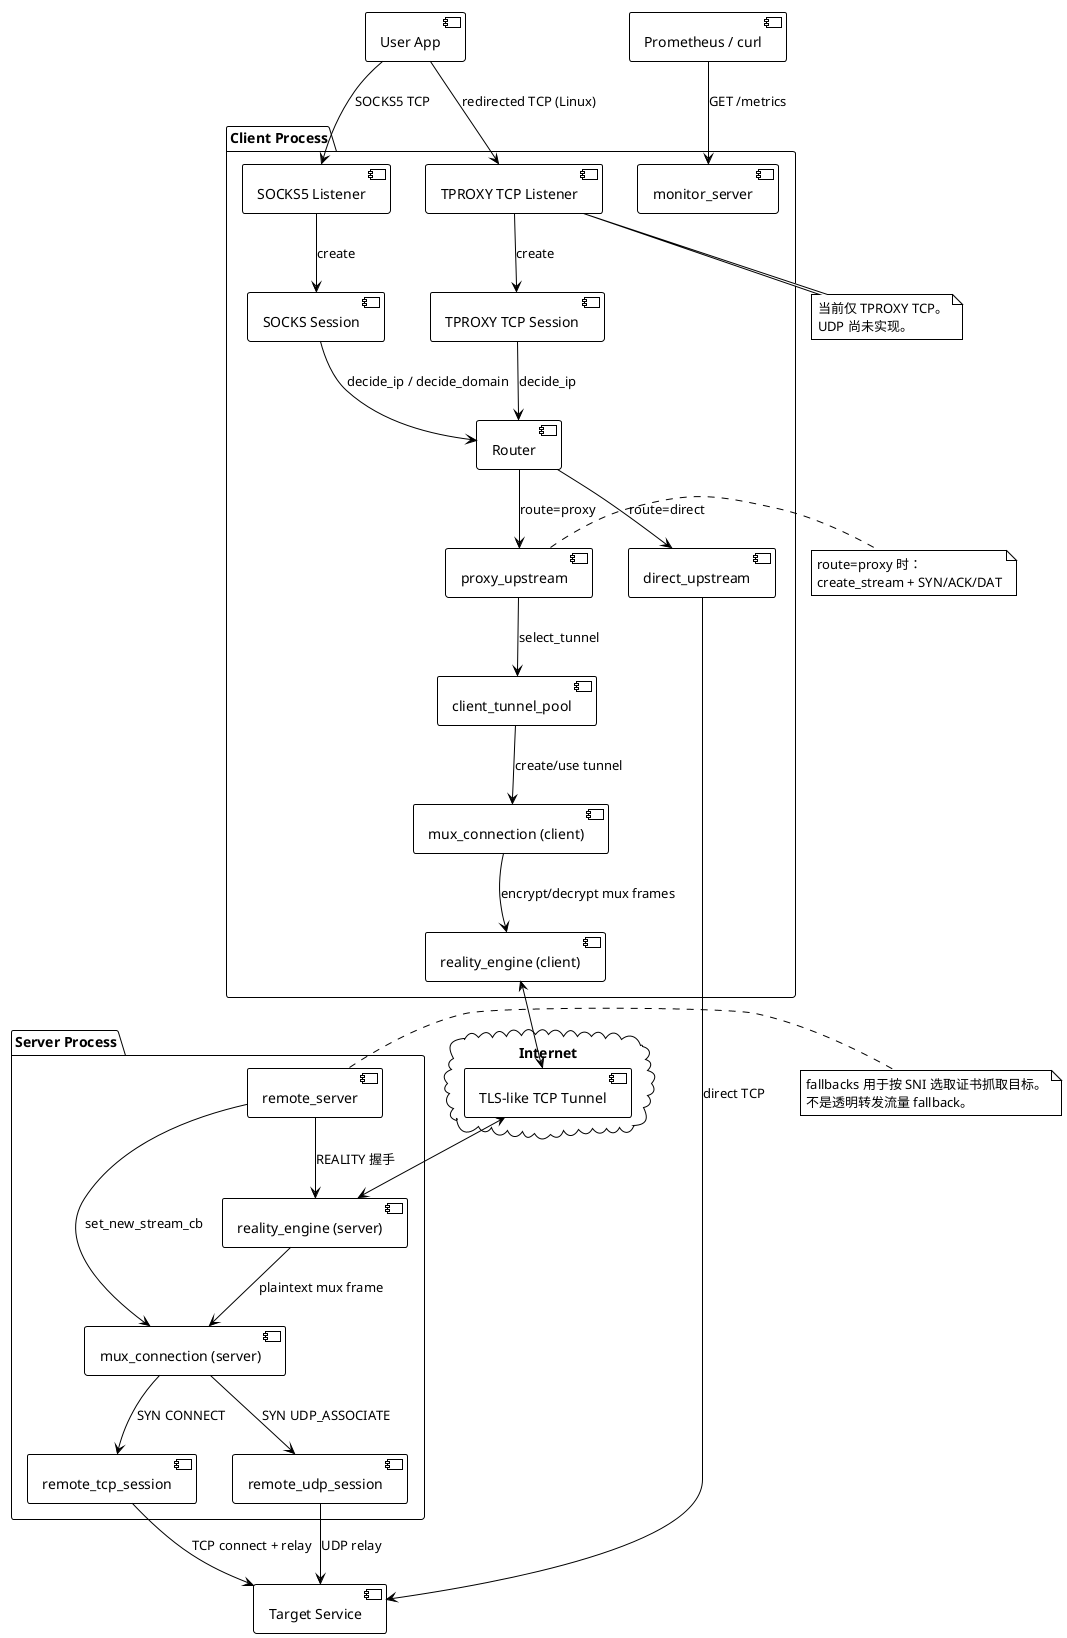
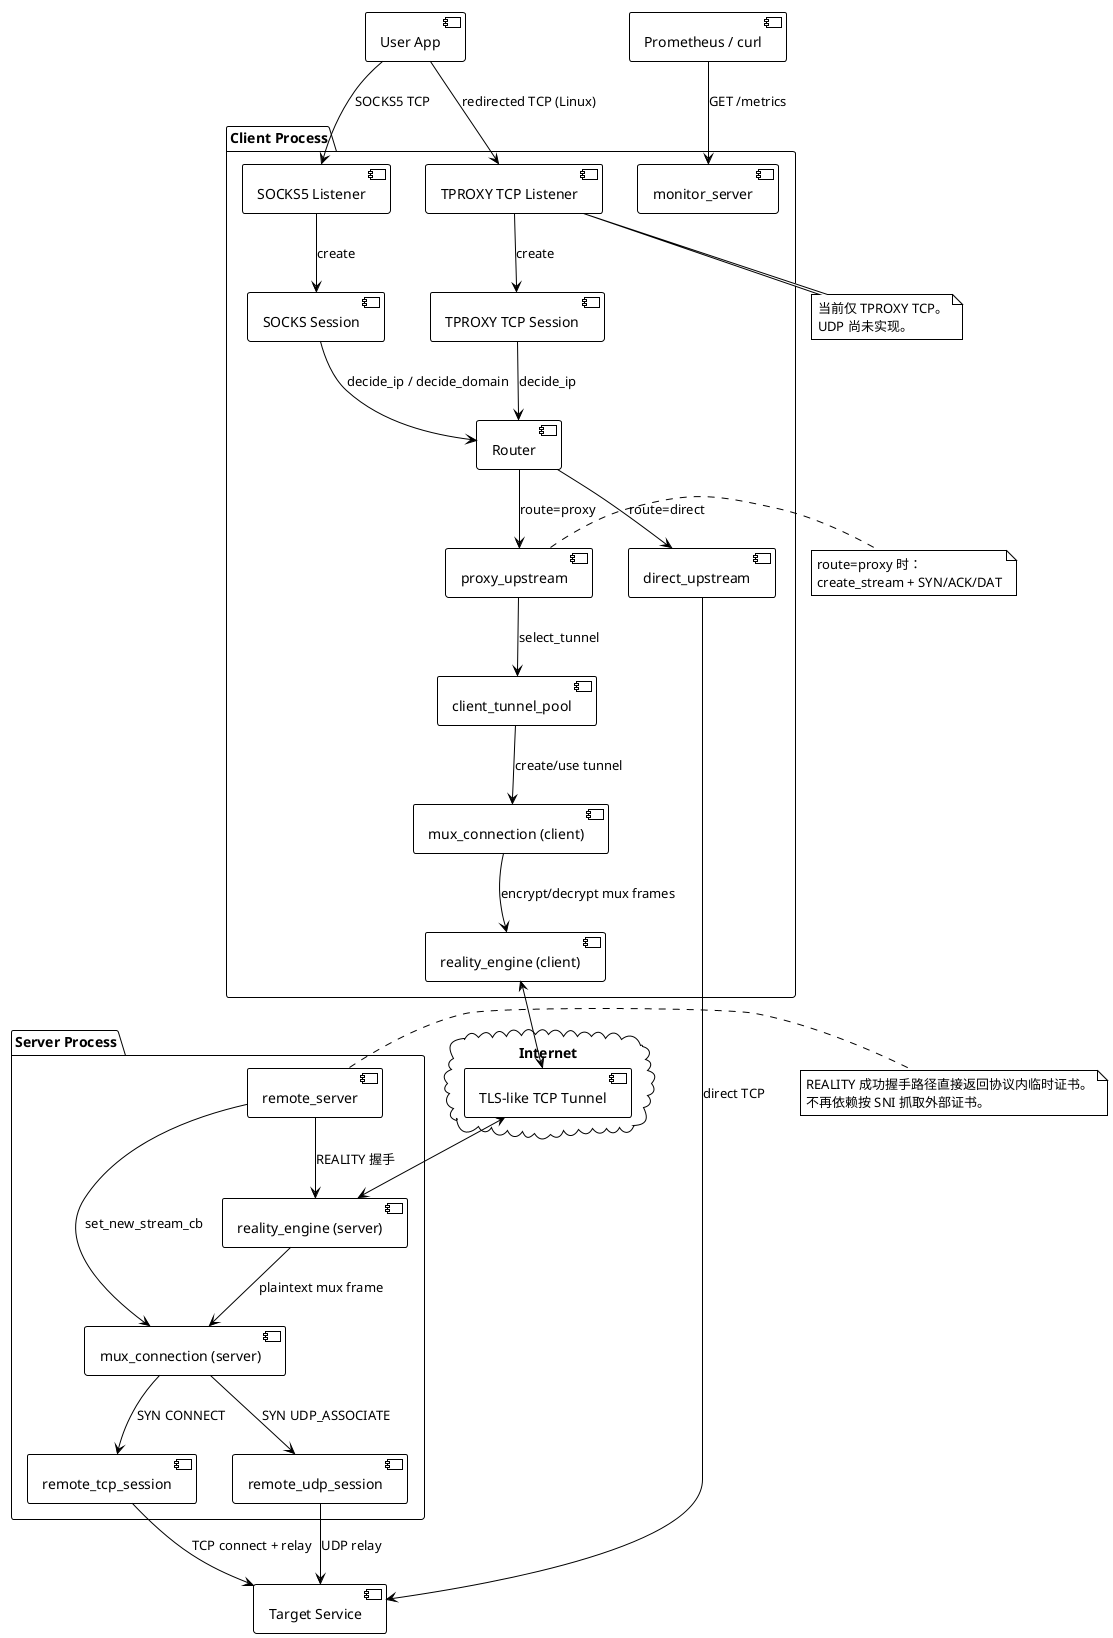
@startuml
!theme plain
skinparam componentStyle uml2

package "Client Process" {
    [SOCKS5 Listener] as SocksListener
    [SOCKS Session] as SocksSession
    [TPROXY TCP Listener] as TproxyListener
    [TPROXY TCP Session] as TproxySession

    [Router] as Router
    [direct_upstream] as DirectUpstream
    [proxy_upstream] as ProxyUpstream

    [client_tunnel_pool] as TunnelPool
    [mux_connection (client)] as ClientMux
    [reality_engine (client)] as ClientReality

    [monitor_server] as Monitor
}

cloud "Internet" {
    [TLS-like TCP Tunnel] as Network
}

package "Server Process" {
    [remote_server] as RemoteServer
    [mux_connection (server)] as ServerMux
    [reality_engine (server)] as ServerReality
    [remote_tcp_session] as RemoteTcp
    [remote_udp_session] as RemoteUdp
}

[User App] as App
[Target Service] as Target
[Prometheus / curl] as MetricsClient

App --> SocksListener : SOCKS5 TCP
SocksListener --> SocksSession : create

App --> TproxyListener : redirected TCP (Linux)
TproxyListener --> TproxySession : create

SocksSession --> Router : decide_ip / decide_domain
TproxySession --> Router : decide_ip

Router --> DirectUpstream : route=direct
Router --> ProxyUpstream : route=proxy

DirectUpstream --> Target : direct TCP

ProxyUpstream --> TunnelPool : select_tunnel
TunnelPool --> ClientMux : create/use tunnel
ClientMux --> ClientReality : encrypt/decrypt mux frames
ClientReality <--> Network
Network <--> ServerReality
ServerReality --> ServerMux : plaintext mux frame

RemoteServer --> ServerReality : REALITY 握手
RemoteServer --> ServerMux : set_new_stream_cb
ServerMux --> RemoteTcp : SYN CONNECT
ServerMux --> RemoteUdp : SYN UDP_ASSOCIATE

RemoteTcp --> Target : TCP connect + relay
RemoteUdp --> Target : UDP relay

MetricsClient --> Monitor : GET /metrics

note right of ProxyUpstream
  route=proxy 时：
  create_stream + SYN/ACK/DAT
end note

note right of RemoteServer
-   fallbacks 用于按 SNI 选取证书抓取目标。
-   不是透明转发流量 fallback。
+   REALITY 成功握手路径直接返回协议内临时证书。
+   不再依赖按 SNI 抓取外部证书。
end note

note bottom of TproxyListener
  当前仅 TPROXY TCP。
  UDP 尚未实现。
end note

@enduml
